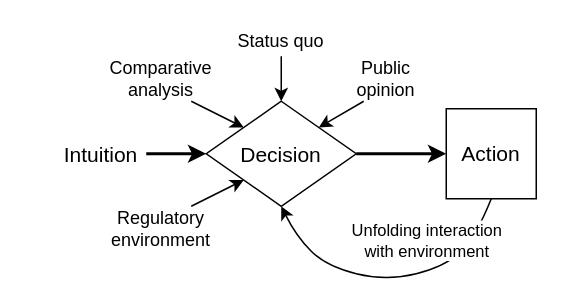
Above: dfds/OODA-muddling.drawio in kkredit/confronting-wicked-crypto (draw.io), before the change. Source tidied: cells renumbered, new cells numbered last; positions are measured from the earlier drawing's top-left corner, leaving out a move shared by most shapes. Both pictures are drawn from the tidied source at 150%, with x=0, y=0 at pixel (56, 26).
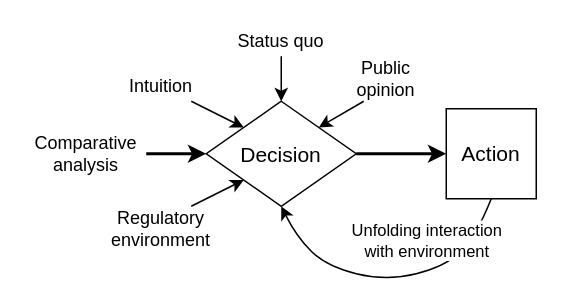
Above is the later version.

What changed in the source:
```diff
@@
-    <mxCell id="7" value="Comparative analysis" style="text;html=1;strokeColor=none;fillColor=none;align=center;verticalAlign=middle;whiteSpace=wrap;rounded=0;fontSize=12;" parent="1" vertex="1">
-      <mxGeometry x="30" y="20" width="80" height="30" as="geometry" />
+    <mxCell id="7" value="Intuition" style="text;html=1;strokeColor=none;fillColor=none;align=center;verticalAlign=middle;whiteSpace=wrap;rounded=0;fontSize=12;" parent="1" vertex="1">
+      <mxGeometry x="30" y="30" width="80" height="20" as="geometry" />
     </mxCell>
@@
-    <mxCell id="13" value="&lt;font style=&quot;font-size: 14px&quot;&gt;Intuition&lt;/font&gt;" style="text;html=1;strokeColor=none;fillColor=none;align=center;verticalAlign=middle;whiteSpace=wrap;rounded=0;fontSize=16;fontStyle=0;" parent="1" vertex="1">
-      <mxGeometry y="75" width="60" height="20" as="geometry" />
+    <mxCell id="13" value="&lt;font style=&quot;font-size: 12px;&quot;&gt;Comparative&lt;br style=&quot;font-size: 12px;&quot;&gt;analysis&lt;/font&gt;" style="text;html=1;strokeColor=none;fillColor=none;align=center;verticalAlign=middle;whiteSpace=wrap;rounded=0;fontSize=12;fontStyle=0;" parent="1" vertex="1">
+      <mxGeometry x="-20" y="70" width="80" height="30" as="geometry" />
     </mxCell>
```
